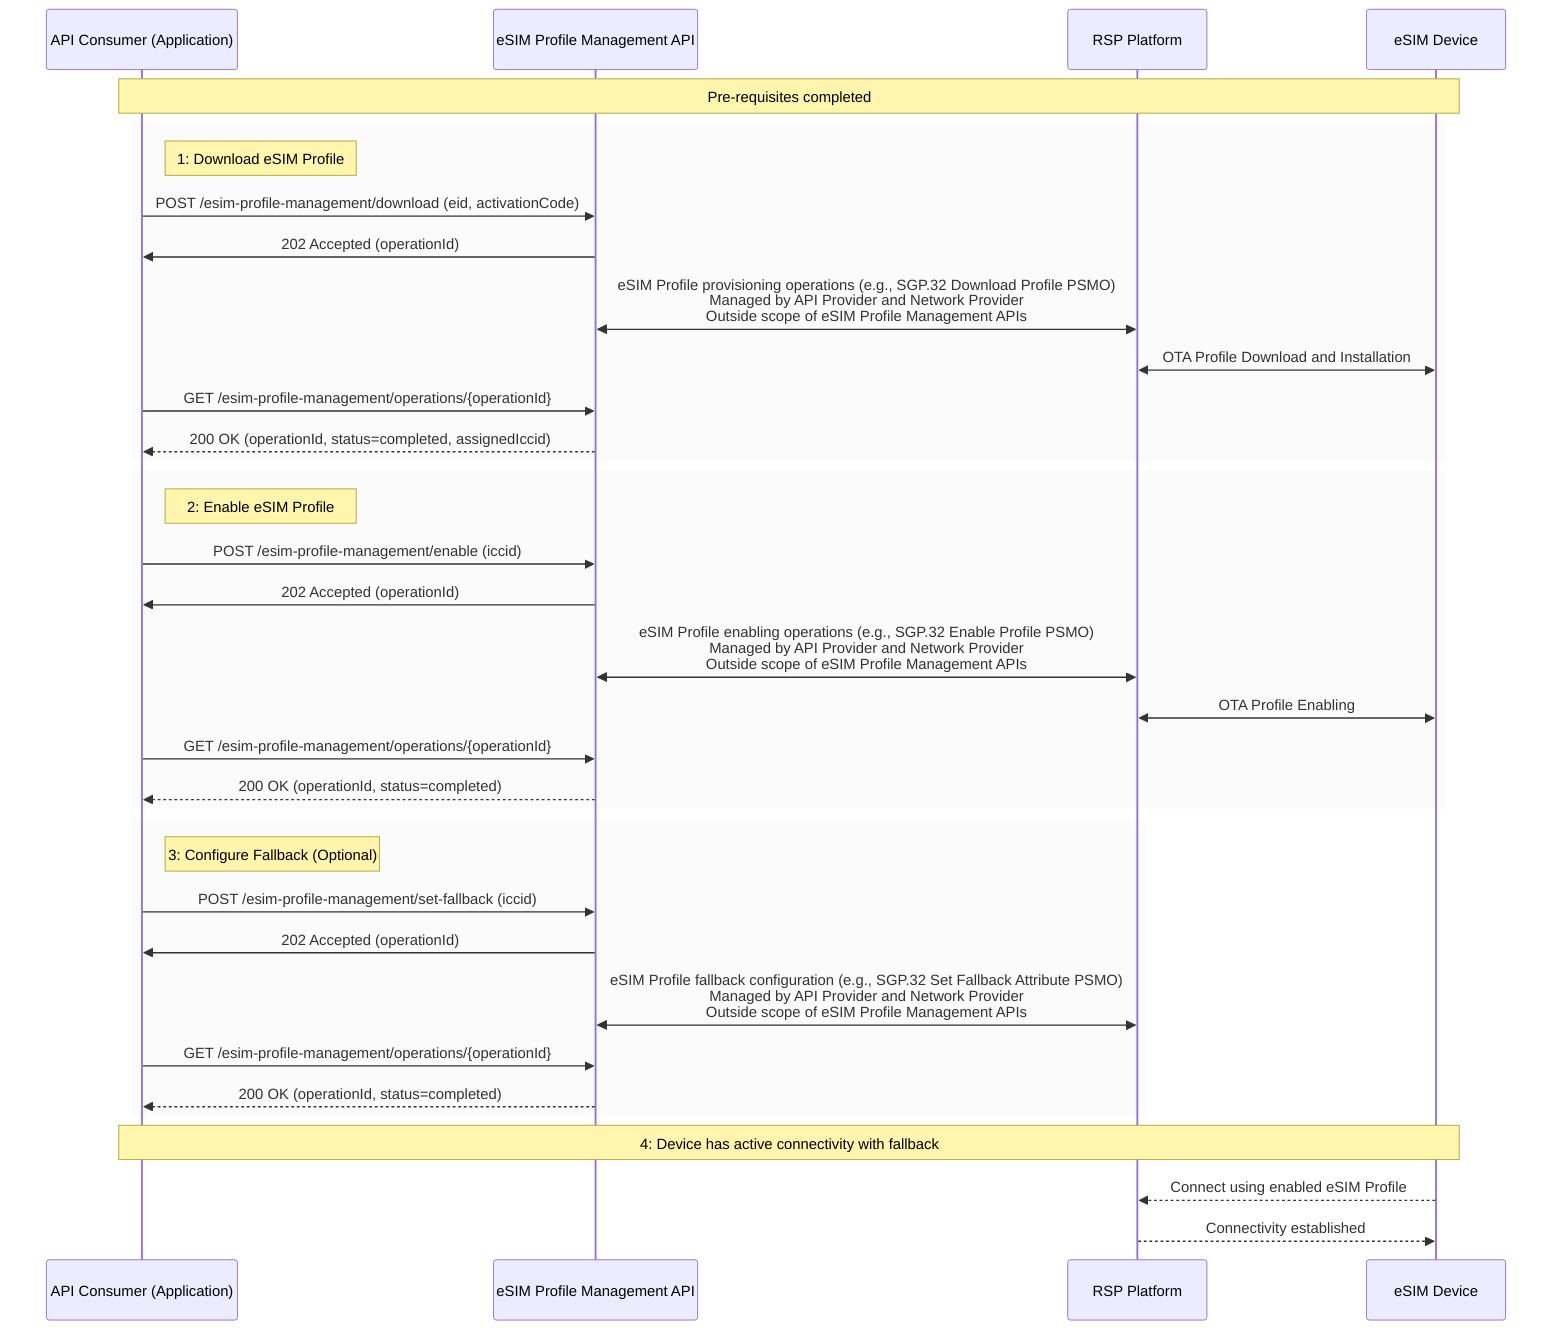
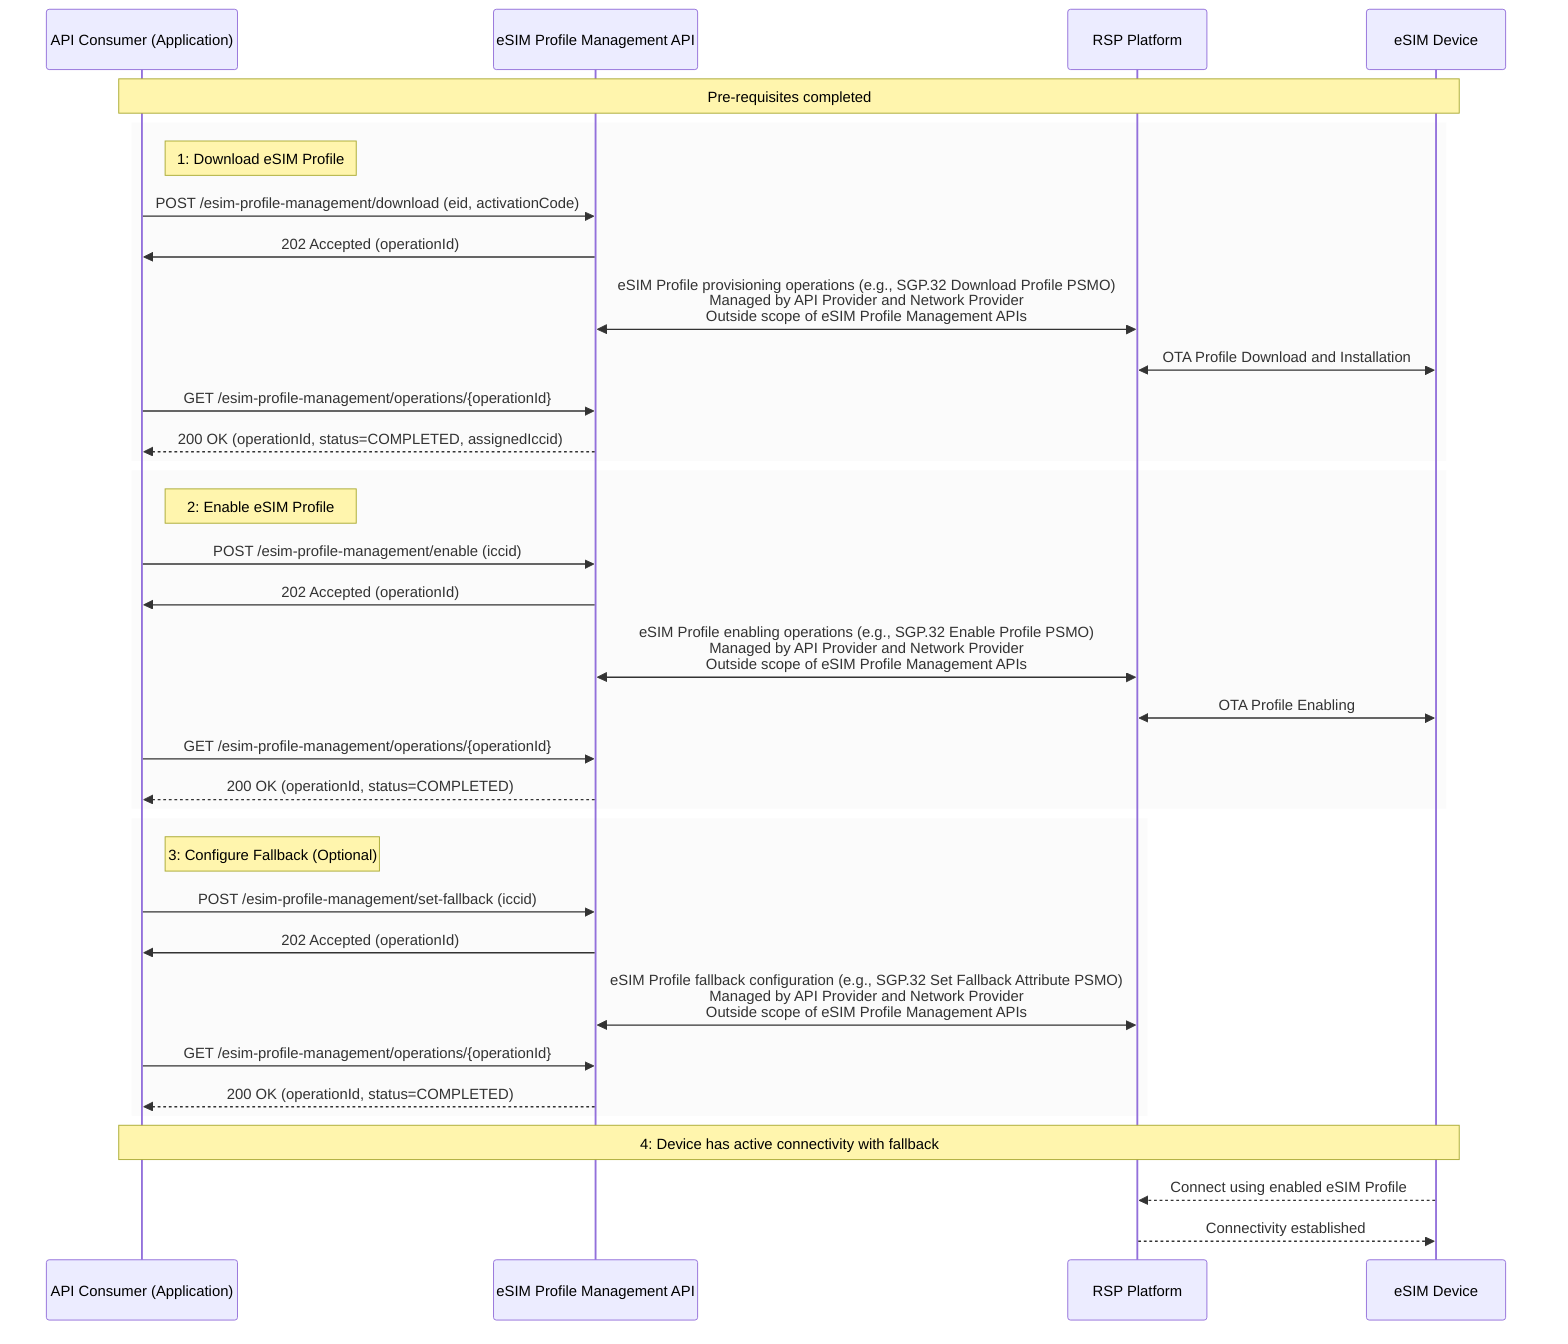
sequenceDiagram
    participant App as API Consumer (Application)
    participant API as eSIM Profile Management API
    participant RSP as RSP Platform
    participant Device as eSIM Device
    Note over App,Device: Pre-requisites completed

    rect rgba(240, 240, 240, 0.3)
        note right of App: 1: Download eSIM Profile
        App->>API: POST /esim-profile-management/download (eid, activationCode)
        API->>App: 202 Accepted (operationId)
        API<<->>RSP: eSIM Profile provisioning operations (e.g., SGP.32 Download Profile PSMO)<br>Managed by API Provider and Network Provider<br>Outside scope of eSIM Profile Management APIs
        RSP<<->>Device: OTA Profile Download and Installation
        App->>API: GET /esim-profile-management/operations/{operationId}
-         API-->>App: 200 OK (operationId, status=completed, assignedIccid)
+         API-->>App: 200 OK (operationId, status=COMPLETED, assignedIccid)
    end

    rect rgba(240, 240, 240, 0.3)
        note right of App: 2: Enable eSIM Profile
        App->>API: POST /esim-profile-management/enable (iccid)
        API->>App: 202 Accepted (operationId)
        API<<->>RSP: eSIM Profile enabling operations (e.g., SGP.32 Enable Profile PSMO)<br>Managed by API Provider and Network Provider<br>Outside scope of eSIM Profile Management APIs
        RSP<<->>Device: OTA Profile Enabling
        App->>API: GET /esim-profile-management/operations/{operationId}
-         API-->>App: 200 OK (operationId, status=completed)
+         API-->>App: 200 OK (operationId, status=COMPLETED)
    end

    rect rgba(240, 240, 240, 0.3)
        note right of App: 3: Configure Fallback (Optional)
        App->>API: POST /esim-profile-management/set-fallback (iccid)
        API->>App: 202 Accepted (operationId)
        API<<->>RSP: eSIM Profile fallback configuration (e.g., SGP.32 Set Fallback Attribute PSMO)<br>Managed by API Provider and Network Provider<br>Outside scope of eSIM Profile Management APIs
        App->>API: GET /esim-profile-management/operations/{operationId}
-         API-->>App: 200 OK (operationId, status=completed)
+         API-->>App: 200 OK (operationId, status=COMPLETED)
    end

    Note over App,Device: 4: Device has active connectivity with fallback
    Device-->>RSP: Connect using enabled eSIM Profile
    RSP-->>Device: Connectivity established
